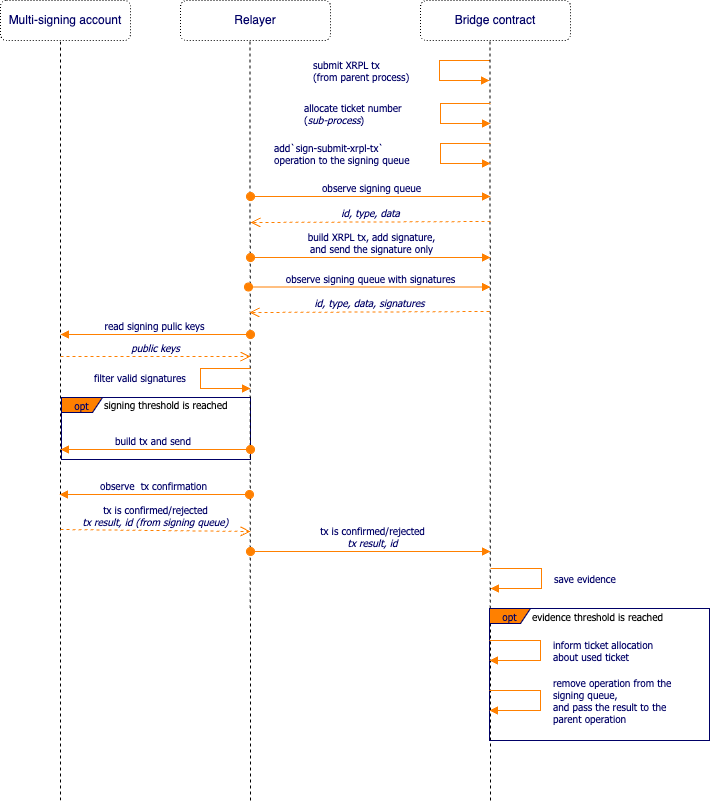
Earlier version of the draw.io export spec/img/submit-xrpl-tx.png (CoreumFoundation/coreumbridge-xrpl). Source tidied: cells renumbered, new cells last; positions are measured from the earlier drawing's top-left corner, leaving out a move shared by most shapes.
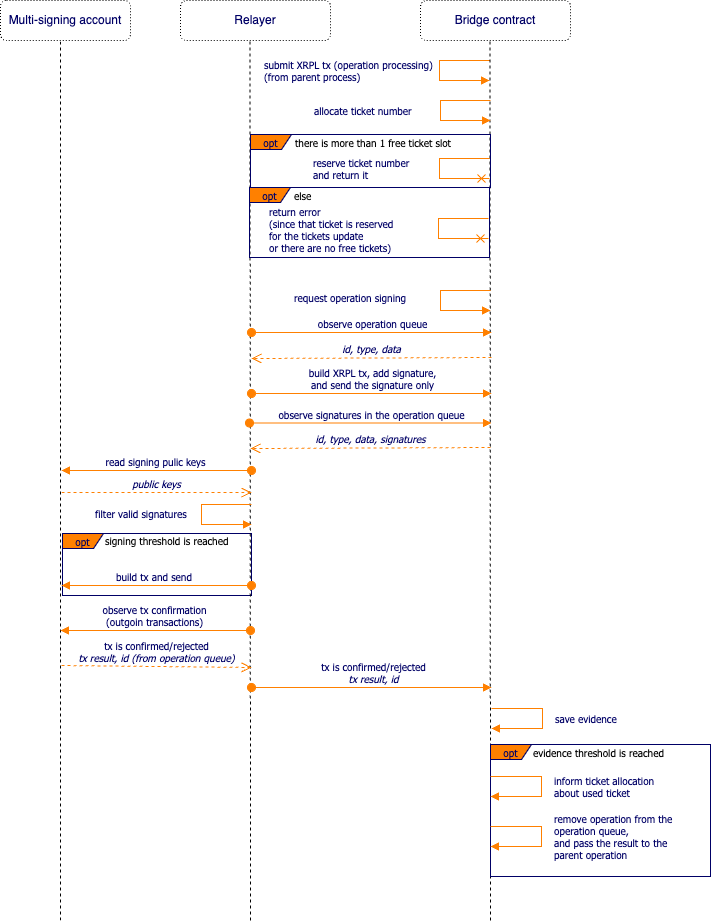
After the change.

Diff of the diagram source:
```diff
@@ -3,7 +3,7 @@
     <mxCell id="0" />
     <mxCell id="1" parent="0" />
     <mxCell id="2" value="opt" style="shape=umlFrame;whiteSpace=wrap;html=1;strokeColor=#000066;fillColor=#FF8000;fontFamily=Tahoma;fontSize=10;fontColor=#000066;align=center;width=41;height=15;" parent="1" vertex="1">
-      <mxGeometry x="61" y="397" width="189" height="62" as="geometry" />
+      <mxGeometry x="62" y="533" width="189" height="62" as="geometry" />
     </mxCell>
     <mxCell id="3" value="Relayer" style="rounded=1;whiteSpace=wrap;html=1;fillColor=none;dashed=1;fontColor=#000066;dashPattern=1 2;" parent="1" vertex="1">
       <mxGeometry x="180" width="150" height="40" as="geometry" />
@@ -16,7 +16,7 @@
     </mxCell>
     <mxCell id="6" style="endArrow=none;dashed=1;html=1;rounded=0;" parent="1" edge="1">
       <mxGeometry relative="1" as="geometry">
-        <mxPoint x="60" y="800" as="sourcePoint" />
+        <mxPoint x="60" y="920" as="sourcePoint" />
         <mxPoint x="60" y="39" as="targetPoint" />
       </mxGeometry>
     </mxCell>
@@ -25,7 +25,7 @@
     </mxCell>
     <mxCell id="8" style="endArrow=none;dashed=1;html=1;rounded=0;" parent="1" edge="1">
       <mxGeometry relative="1" as="geometry">
-        <mxPoint x="250" y="800" as="sourcePoint" />
+        <mxPoint x="250" y="920" as="sourcePoint" />
         <mxPoint x="249.5" y="40" as="targetPoint" />
       </mxGeometry>
     </mxCell>
@@ -34,7 +34,7 @@
     </mxCell>
     <mxCell id="10" style="endArrow=none;dashed=1;html=1;rounded=0;" parent="1" edge="1">
       <mxGeometry relative="1" as="geometry">
-        <mxPoint x="490" y="800" as="sourcePoint" />
+        <mxPoint x="490" y="920" as="sourcePoint" />
         <mxPoint x="489.5" y="40" as="targetPoint" />
       </mxGeometry>
     </mxCell>
@@ -43,100 +43,100 @@
     </mxCell>
     <mxCell id="12" value="build XRPL tx, add signature, &lt;br&gt;and send the signature only" style="html=1;verticalAlign=bottom;startArrow=oval;startFill=1;endArrow=block;startSize=8;strokeColor=#FF8000;fontFamily=Tahoma;fontSize=10;fontColor=#000066;" parent="1" edge="1">
       <mxGeometry x="0.01" relative="1" as="geometry">
-        <mxPoint x="250" y="257" as="sourcePoint" />
-        <mxPoint x="490" y="257" as="targetPoint" />
+        <mxPoint x="251" y="393" as="sourcePoint" />
+        <mxPoint x="491" y="393" as="targetPoint" />
       </mxGeometry>
     </mxCell>
-    <mxCell id="13" value="observe&amp;nbsp;signing queue" style="html=1;verticalAlign=bottom;startArrow=oval;startFill=1;endArrow=block;startSize=8;strokeColor=#FF8000;fontFamily=Tahoma;fontSize=10;fontColor=#000066;" parent="1" edge="1">
+    <mxCell id="13" value="observe&amp;nbsp;operation queue" style="html=1;verticalAlign=bottom;startArrow=oval;startFill=1;endArrow=block;startSize=8;strokeColor=#FF8000;fontFamily=Tahoma;fontSize=10;fontColor=#000066;" parent="1" edge="1">
       <mxGeometry x="0.01" relative="1" as="geometry">
-        <mxPoint x="250" y="196" as="sourcePoint" />
-        <mxPoint x="490" y="196" as="targetPoint" />
+        <mxPoint x="251" y="332" as="sourcePoint" />
+        <mxPoint x="491" y="332" as="targetPoint" />
       </mxGeometry>
     </mxCell>
     <mxCell id="14" value="id, type, data" style="html=1;verticalAlign=bottom;endArrow=open;dashed=1;endSize=8;strokeColor=#FF8000;fontFamily=Tahoma;fontSize=10;fontColor=#000066;fontStyle=2;" parent="1" edge="1">
       <mxGeometry relative="1" as="geometry">
-        <mxPoint x="490" y="221" as="sourcePoint" />
-        <mxPoint x="250" y="222" as="targetPoint" />
+        <mxPoint x="491" y="357" as="sourcePoint" />
+        <mxPoint x="251" y="358" as="targetPoint" />
       </mxGeometry>
     </mxCell>
     <mxCell id="15" value="build tx and send&amp;nbsp;" style="html=1;verticalAlign=bottom;startArrow=oval;startFill=1;endArrow=block;startSize=8;strokeColor=#FF8000;fontFamily=Tahoma;fontSize=10;fontColor=#000066;" parent="1" edge="1">
       <mxGeometry x="0.01" relative="1" as="geometry">
-        <mxPoint x="250" y="449" as="sourcePoint" />
-        <mxPoint x="60" y="449" as="targetPoint" />
+        <mxPoint x="251" y="585" as="sourcePoint" />
+        <mxPoint x="61" y="585" as="targetPoint" />
       </mxGeometry>
     </mxCell>
-    <mxCell id="16" value="tx is confirmed/rejected &lt;br&gt;&lt;i&gt;tx result, id (from signing queue)&lt;/i&gt;" style="html=1;verticalAlign=bottom;endArrow=open;dashed=1;endSize=8;strokeColor=#FF8000;fontFamily=Tahoma;fontSize=10;fontColor=#000066;" parent="1" edge="1">
+    <mxCell id="16" value="tx is confirmed/rejected &lt;br&gt;&lt;i&gt;tx result, id (from operation queue)&lt;/i&gt;" style="html=1;verticalAlign=bottom;endArrow=open;dashed=1;endSize=8;strokeColor=#FF8000;fontFamily=Tahoma;fontSize=10;fontColor=#000066;" parent="1" edge="1">
       <mxGeometry relative="1" as="geometry">
-        <mxPoint x="60" y="529" as="sourcePoint" />
-        <mxPoint x="250" y="531" as="targetPoint" />
+        <mxPoint x="61" y="665" as="sourcePoint" />
+        <mxPoint x="251" y="667" as="targetPoint" />
       </mxGeometry>
     </mxCell>
     <mxCell id="17" value="opt" style="shape=umlFrame;whiteSpace=wrap;html=1;strokeColor=#000066;fillColor=#FF8000;fontFamily=Tahoma;fontSize=10;fontColor=#000066;align=center;width=41;height=15;" parent="1" vertex="1">
-      <mxGeometry x="489" y="608" width="220" height="132" as="geometry" />
+      <mxGeometry x="490" y="744" width="220" height="132" as="geometry" />
     </mxCell>
     <mxCell id="18" value="evidence threshold is reached" style="text;html=1;align=left;verticalAlign=top;spacingTop=-4;fontSize=10;fontFamily=Tahoma;fontColor=#000000;" parent="1" vertex="1">
-      <mxGeometry x="530" y="608" width="150" height="20" as="geometry" />
+      <mxGeometry x="531" y="744" width="150" height="20" as="geometry" />
     </mxCell>
     <mxCell id="19" value="tx is confirmed/rejected&lt;br&gt;&lt;i&gt;tx result, id&lt;/i&gt;" style="html=1;verticalAlign=bottom;startArrow=oval;startFill=1;endArrow=block;startSize=8;strokeColor=#FF8000;fontFamily=Tahoma;fontSize=10;fontColor=#000066;" parent="1" edge="1">
       <mxGeometry x="0.02" relative="1" as="geometry">
-        <mxPoint x="250" y="551" as="sourcePoint" />
-        <mxPoint x="490" y="551" as="targetPoint" />
+        <mxPoint x="251" y="687" as="sourcePoint" />
+        <mxPoint x="491" y="687" as="targetPoint" />
       </mxGeometry>
     </mxCell>
     <mxCell id="20" value="save&amp;nbsp;evidence" style="edgeStyle=orthogonalEdgeStyle;html=1;align=left;spacingLeft=2;endArrow=block;rounded=0;strokeColor=#FF8000;fontFamily=Tahoma;fontSize=10;fontColor=#000066;endFill=1;" parent="1" edge="1">
       <mxGeometry y="9" relative="1" as="geometry">
-        <mxPoint x="490" y="568" as="sourcePoint" />
-        <mxPoint x="490" y="588" as="targetPoint" />
+        <mxPoint x="491" y="708" as="sourcePoint" />
+        <mxPoint x="491" y="728" as="targetPoint" />
         <Array as="points">
-          <mxPoint x="541" y="568" />
-          <mxPoint x="541" y="588" />
+          <mxPoint x="542" y="708" />
+          <mxPoint x="542" y="728" />
         </Array>
       </mxGeometry>
     </mxCell>
-    <mxCell id="21" value="observe&amp;nbsp;signing queue with signatures" style="html=1;verticalAlign=bottom;startArrow=oval;startFill=1;endArrow=block;startSize=8;strokeColor=#FF8000;fontFamily=Tahoma;fontSize=10;fontColor=#000066;" parent="1" edge="1">
+    <mxCell id="21" value="observe signatures in the operation queue" style="html=1;verticalAlign=bottom;startArrow=oval;startFill=1;endArrow=block;startSize=8;strokeColor=#FF8000;fontFamily=Tahoma;fontSize=10;fontColor=#000066;" parent="1" edge="1">
       <mxGeometry x="0.01" relative="1" as="geometry">
-        <mxPoint x="248" y="286.5" as="sourcePoint" />
-        <mxPoint x="490" y="286.5" as="targetPoint" />
+        <mxPoint x="249" y="422.5" as="sourcePoint" />
+        <mxPoint x="491" y="422.5" as="targetPoint" />
       </mxGeometry>
     </mxCell>
-    <mxCell id="22" value="add`sign-submit-xrpl-tx`&amp;nbsp;&lt;br&gt;operation to the signing queue" style="edgeStyle=orthogonalEdgeStyle;html=1;align=left;spacingLeft=2;endArrow=block;rounded=0;strokeColor=#FF8000;fontFamily=Tahoma;fontSize=10;fontColor=#000066;endFill=1;" parent="1" edge="1">
-      <mxGeometry y="-170" relative="1" as="geometry">
-        <mxPoint x="490" y="143" as="sourcePoint" />
-        <mxPoint x="490" y="163" as="targetPoint" />
+    <mxCell id="22" value="request&amp;nbsp;operation signing" style="edgeStyle=orthogonalEdgeStyle;html=1;align=left;spacingLeft=2;endArrow=block;rounded=0;strokeColor=#FF8000;fontFamily=Tahoma;fontSize=10;fontColor=#000066;endFill=1;" parent="1" edge="1">
+      <mxGeometry x="-0.05" y="-150" relative="1" as="geometry">
+        <mxPoint x="490" y="290" as="sourcePoint" />
+        <mxPoint x="490" y="310" as="targetPoint" />
         <Array as="points">
-          <mxPoint x="440" y="143" />
-          <mxPoint x="440" y="163" />
+          <mxPoint x="440" y="290" />
+          <mxPoint x="440" y="310" />
         </Array>
       </mxGeometry>
     </mxCell>
     <mxCell id="23" value="filter valid signatures" style="edgeStyle=orthogonalEdgeStyle;html=1;align=left;spacingLeft=2;endArrow=block;rounded=0;strokeColor=#FF8000;fontFamily=Tahoma;fontSize=10;fontColor=#000066;endFill=1;" parent="1" edge="1">
       <mxGeometry x="-0.02" y="-110" relative="1" as="geometry">
-        <mxPoint x="250" y="368" as="sourcePoint" />
-        <mxPoint x="250" y="388" as="targetPoint" />
+        <mxPoint x="251" y="504" as="sourcePoint" />
+        <mxPoint x="251" y="524" as="targetPoint" />
         <Array as="points">
-          <mxPoint x="200" y="368" />
-          <mxPoint x="200" y="388" />
+          <mxPoint x="201" y="504" />
+          <mxPoint x="201" y="524" />
         </Array>
       </mxGeometry>
     </mxCell>
     <mxCell id="24" value="id, type, data, signatures" style="html=1;verticalAlign=bottom;endArrow=open;dashed=1;endSize=8;strokeColor=#FF8000;fontFamily=Tahoma;fontSize=10;fontColor=#000066;fontStyle=2;" parent="1" edge="1">
       <mxGeometry relative="1" as="geometry">
-        <mxPoint x="489" y="311" as="sourcePoint" />
-        <mxPoint x="249" y="312" as="targetPoint" />
+        <mxPoint x="490" y="447" as="sourcePoint" />
+        <mxPoint x="250" y="448" as="targetPoint" />
       </mxGeometry>
     </mxCell>
-    <mxCell id="25" value="remove operation from the &lt;br&gt;signing queue, &lt;br&gt;and pass the result to the &lt;br&gt;parent operation" style="edgeStyle=orthogonalEdgeStyle;html=1;align=left;spacingLeft=2;endArrow=block;rounded=0;strokeColor=#FF8000;fontFamily=Tahoma;fontSize=10;fontColor=#000066;endFill=1;" parent="1" edge="1">
+    <mxCell id="25" value="remove operation from the &lt;br&gt;operation queue, &lt;br&gt;and pass the result to the &lt;br&gt;parent operation" style="edgeStyle=orthogonalEdgeStyle;html=1;align=left;spacingLeft=2;endArrow=block;rounded=0;strokeColor=#FF8000;fontFamily=Tahoma;fontSize=10;fontColor=#000066;endFill=1;" parent="1" edge="1">
       <mxGeometry y="9" relative="1" as="geometry">
-        <mxPoint x="489" y="690" as="sourcePoint" />
-        <mxPoint x="489" y="710" as="targetPoint" />
+        <mxPoint x="490" y="826" as="sourcePoint" />
+        <mxPoint x="490" y="846" as="targetPoint" />
         <Array as="points">
-          <mxPoint x="540" y="690" />
-          <mxPoint x="540" y="710" />
+          <mxPoint x="541" y="826" />
+          <mxPoint x="541" y="846" />
         </Array>
       </mxGeometry>
     </mxCell>
-    <mxCell id="26" value="submit XRPL tx &lt;br&gt;(from parent process)" style="edgeStyle=orthogonalEdgeStyle;html=1;align=left;spacingLeft=2;endArrow=block;rounded=0;strokeColor=#FF8000;fontFamily=Tahoma;fontSize=10;fontColor=#000066;endFill=1;" parent="1" edge="1">
-      <mxGeometry y="-130" relative="1" as="geometry">
+    <mxCell id="26" value="submit XRPL tx (operation processing)&lt;br&gt;(from parent process)" style="edgeStyle=orthogonalEdgeStyle;html=1;align=left;spacingLeft=2;endArrow=block;rounded=0;strokeColor=#FF8000;fontFamily=Tahoma;fontSize=10;fontColor=#000066;endFill=1;" parent="1" edge="1">
+      <mxGeometry y="-179" relative="1" as="geometry">
         <mxPoint x="489" y="60" as="sourcePoint" />
         <mxPoint x="489" y="80" as="targetPoint" />
         <Array as="points">
@@ -147,44 +147,76 @@
     </mxCell>
     <mxCell id="27" value="read signing pulic keys" style="html=1;verticalAlign=bottom;startArrow=oval;startFill=1;endArrow=block;startSize=8;strokeColor=#FF8000;fontFamily=Tahoma;fontSize=10;fontColor=#000066;" parent="1" edge="1">
       <mxGeometry x="0.01" relative="1" as="geometry">
-        <mxPoint x="250" y="334" as="sourcePoint" />
-        <mxPoint x="60" y="334" as="targetPoint" />
+        <mxPoint x="251" y="470" as="sourcePoint" />
+        <mxPoint x="61" y="470" as="targetPoint" />
       </mxGeometry>
     </mxCell>
     <mxCell id="28" value="public keys" style="html=1;verticalAlign=bottom;endArrow=open;dashed=1;endSize=8;strokeColor=#FF8000;fontFamily=Tahoma;fontSize=10;fontColor=#000066;fontStyle=2;" parent="1" edge="1">
       <mxGeometry relative="1" as="geometry">
-        <mxPoint x="60" y="356" as="sourcePoint" />
-        <mxPoint x="250" y="356" as="targetPoint" />
+        <mxPoint x="61" y="492" as="sourcePoint" />
+        <mxPoint x="251" y="492" as="targetPoint" />
       </mxGeometry>
     </mxCell>
-    <mxCell id="29" value="allocate ticket number&lt;br&gt;(&lt;i&gt;sub-process&lt;/i&gt;)" style="edgeStyle=orthogonalEdgeStyle;html=1;align=left;spacingLeft=2;endArrow=block;rounded=0;strokeColor=#FF8000;fontFamily=Tahoma;fontSize=10;fontColor=#000066;endFill=1;" parent="1" edge="1">
-      <mxGeometry y="-140" relative="1" as="geometry">
-        <mxPoint x="490" y="103" as="sourcePoint" />
-        <mxPoint x="490" y="123" as="targetPoint" />
-        <Array as="points">
-          <mxPoint x="440" y="103" />
-          <mxPoint x="440" y="123" />
-        </Array>
-      </mxGeometry>
-    </mxCell>
     <mxCell id="30" value="&lt;span style=&quot;font-family: Tahoma; font-size: 10px; font-style: normal; font-variant-ligatures: normal; font-variant-caps: normal; font-weight: 400; letter-spacing: normal; orphans: 2; text-align: left; text-indent: 0px; text-transform: none; widows: 2; word-spacing: 0px; -webkit-text-stroke-width: 0px; background-color: rgb(255, 255, 255); text-decoration-thickness: initial; text-decoration-style: initial; text-decoration-color: initial; float: none; display: inline !important;&quot;&gt;signing threshold is reached&lt;/span&gt;" style="text;whiteSpace=wrap;html=1;fontColor=#000000;" parent="1" vertex="1">
-      <mxGeometry x="101.5" y="391" width="129.5" height="22" as="geometry" />
+      <mxGeometry x="102.5" y="527" width="129.5" height="22" as="geometry" />
     </mxCell>
-    <mxCell id="31" value="observe&amp;nbsp; tx confirmation" style="html=1;verticalAlign=bottom;startArrow=oval;startFill=1;endArrow=block;startSize=8;strokeColor=#FF8000;fontFamily=Tahoma;fontSize=10;fontColor=#000066;" parent="1" edge="1">
+    <mxCell id="31" value="observe tx confirmation &lt;br&gt;(outgoin transactions)" style="html=1;verticalAlign=bottom;startArrow=oval;startFill=1;endArrow=block;startSize=8;strokeColor=#FF8000;fontFamily=Tahoma;fontSize=10;fontColor=#000066;" parent="1" edge="1">
       <mxGeometry x="0.01" relative="1" as="geometry">
-        <mxPoint x="249" y="494" as="sourcePoint" />
-        <mxPoint x="59" y="494" as="targetPoint" />
+        <mxPoint x="250" y="630" as="sourcePoint" />
+        <mxPoint x="60" y="630" as="targetPoint" />
       </mxGeometry>
     </mxCell>
     <mxCell id="32" value="inform ticket allocation &lt;br&gt;about used ticket" style="edgeStyle=orthogonalEdgeStyle;html=1;align=left;spacingLeft=2;endArrow=block;rounded=0;strokeColor=#FF8000;fontFamily=Tahoma;fontSize=10;fontColor=#000066;endFill=1;" parent="1" edge="1">
       <mxGeometry y="9" relative="1" as="geometry">
-        <mxPoint x="489" y="640" as="sourcePoint" />
-        <mxPoint x="489" y="660" as="targetPoint" />
+        <mxPoint x="490" y="776" as="sourcePoint" />
+        <mxPoint x="490" y="796" as="targetPoint" />
         <Array as="points">
-          <mxPoint x="540" y="640" />
-          <mxPoint x="540" y="660" />
+          <mxPoint x="541" y="776" />
+          <mxPoint x="541" y="796" />
         </Array>
       </mxGeometry>
     </mxCell>
+    <mxCell id="33" value="opt" style="shape=umlFrame;whiteSpace=wrap;html=1;strokeColor=#000066;fillColor=#FF8000;fontFamily=Tahoma;fontSize=10;fontColor=#000066;align=center;width=41;height=15;" parent="1" vertex="1">
+      <mxGeometry x="250" y="134" width="240" height="53" as="geometry" />
+    </mxCell>
+    <mxCell id="34" value="reserve ticket&amp;nbsp;number &lt;br&gt;and return it" style="edgeStyle=orthogonalEdgeStyle;html=1;align=left;spacingLeft=2;endArrow=cross;rounded=0;strokeColor=#FF8000;fontFamily=Tahoma;fontSize=10;fontColor=#000066;endFill=0;" parent="1" edge="1">
+      <mxGeometry y="-130" relative="1" as="geometry">
+        <mxPoint x="489" y="158" as="sourcePoint" />
+        <mxPoint x="489" y="178" as="targetPoint" />
+        <Array as="points">
+          <mxPoint x="439" y="158" />
+          <mxPoint x="439" y="178" />
+        </Array>
+      </mxGeometry>
+    </mxCell>
+    <mxCell id="35" value="allocate ticket number" style="edgeStyle=orthogonalEdgeStyle;html=1;align=left;spacingLeft=2;endArrow=block;rounded=0;strokeColor=#FF8000;fontFamily=Tahoma;fontSize=10;fontColor=#000066;endFill=1;" parent="1" edge="1">
+      <mxGeometry y="-130" relative="1" as="geometry">
+        <mxPoint x="490" y="100" as="sourcePoint" />
+        <mxPoint x="490" y="120" as="targetPoint" />
+        <Array as="points">
+          <mxPoint x="440" y="100" />
+          <mxPoint x="440" y="120" />
+        </Array>
+      </mxGeometry>
+    </mxCell>
+    <mxCell id="36" value="there is more than 1 free ticket slot" style="text;html=1;align=left;verticalAlign=top;spacingTop=-4;fontSize=10;fontFamily=Tahoma;fontColor=#000000;" parent="1" vertex="1">
+      <mxGeometry x="293" y="134" width="180" height="20" as="geometry" />
+    </mxCell>
+    <mxCell id="37" value="opt" style="shape=umlFrame;whiteSpace=wrap;html=1;strokeColor=#000066;fillColor=#FF8000;fontFamily=Tahoma;fontSize=10;fontColor=#000066;align=center;width=41;height=15;" parent="1" vertex="1">
+      <mxGeometry x="249" y="187" width="240" height="70" as="geometry" />
+    </mxCell>
+    <mxCell id="38" value="return error &lt;br&gt;(since that ticket is reserved &lt;br&gt;for the tickets update &lt;br&gt;or there are no free tickets)" style="edgeStyle=orthogonalEdgeStyle;html=1;align=left;spacingLeft=2;endArrow=cross;rounded=0;strokeColor=#FF8000;fontFamily=Tahoma;fontSize=10;fontColor=#000066;endFill=0;" parent="1" edge="1">
+      <mxGeometry x="0.02" y="-173" relative="1" as="geometry">
+        <mxPoint x="488" y="218" as="sourcePoint" />
+        <mxPoint x="488" y="238" as="targetPoint" />
+        <Array as="points">
+          <mxPoint x="438" y="218" />
+          <mxPoint x="438" y="238" />
+        </Array>
+      </mxGeometry>
+    </mxCell>
+    <mxCell id="39" value="else" style="text;html=1;align=left;verticalAlign=top;spacingTop=-4;fontSize=10;fontFamily=Tahoma;fontColor=#000000;" parent="1" vertex="1">
+      <mxGeometry x="292" y="187" width="40" height="20" as="geometry" />
+    </mxCell>
   </root>
 </mxGraphModel>
```
